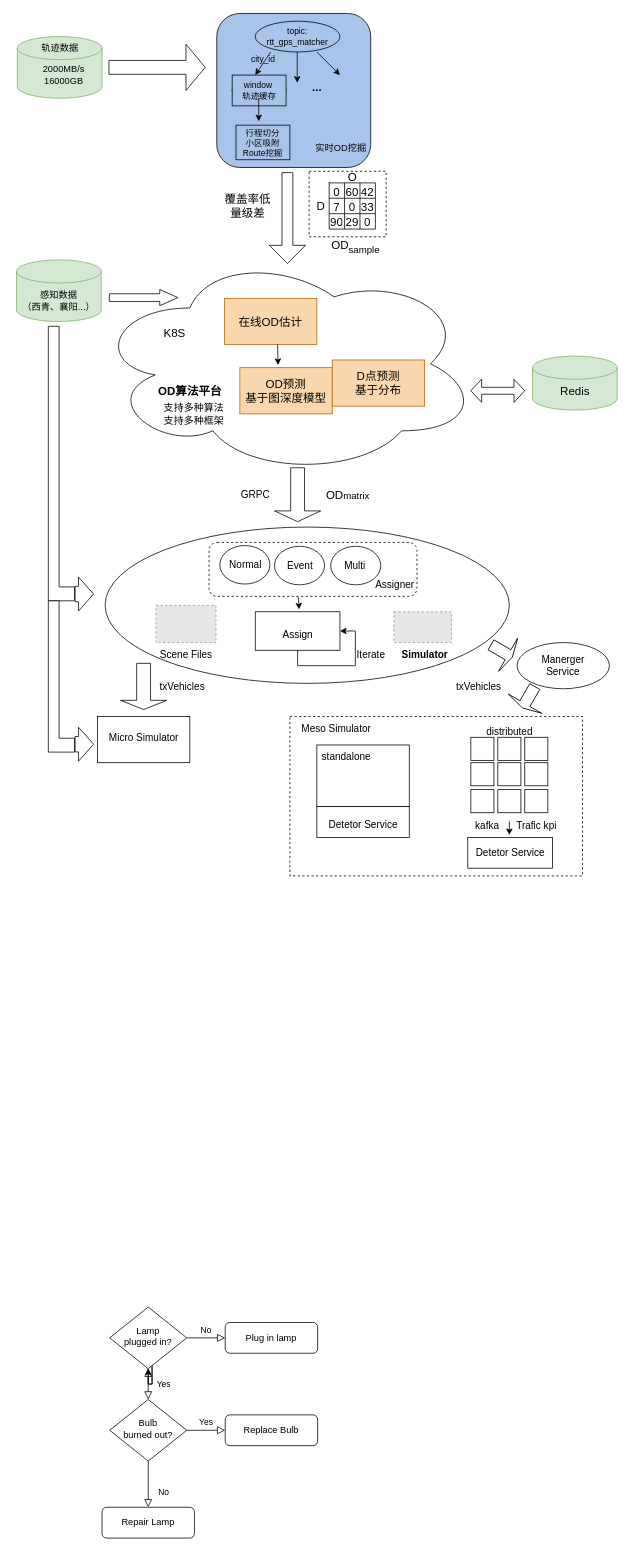
Above: 未命名绘图.drawio in Launche/traffic-simulation (draw.io), before the change. Source tidied: cells renumbered, new cells numbered last; positions are measured from the earlier drawing's top-left corner, leaving out a move shared by most shapes. Both pictures are drawn from the tidied source at 77%, with x=0, y=0 at pixel (-76, 13). Pictures stored in the file or linked from it are replaced by grey dashed boxes.
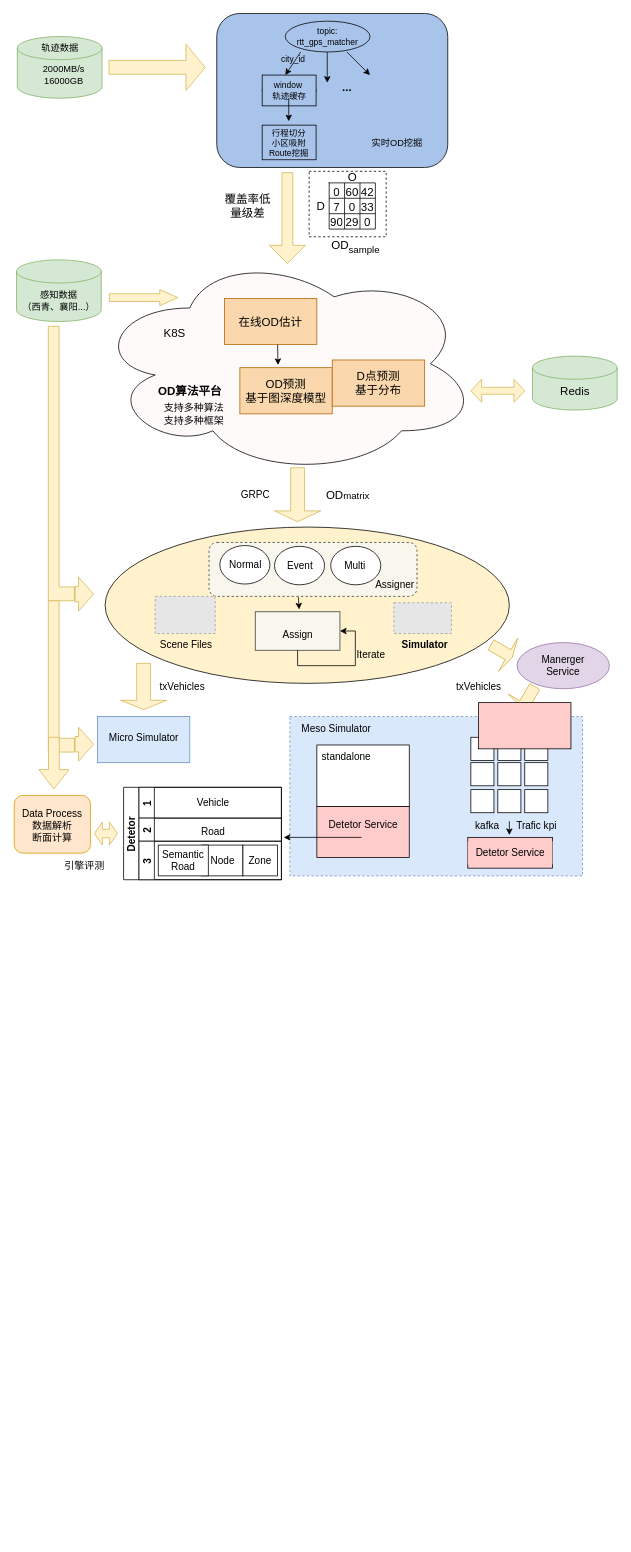
After the change.

Commit message:
更新未命名绘图.drawio

Diff of the diagram source:
```diff
@@
-    <mxCell id="2" style="ellipse;whiteSpace=wrap;html=1;fontSize=13;strokeColor=default;fillColor=#FFFFFF;" parent="1" vertex="1">
+    <mxCell id="2" style="ellipse;whiteSpace=wrap;html=1;fontSize=13;strokeColor=default;fillColor=#FFF2CC;" parent="1" vertex="1">
       <mxGeometry x="235" y="667" width="525" height="203" as="geometry" />
     </mxCell>
-    <mxCell id="3" style="rounded=1;whiteSpace=wrap;html=1;fontSize=13;strokeColor=default;fillColor=#FFFFFF;dashed=1;" parent="1" vertex="1">
+    <mxCell id="3" style="rounded=1;whiteSpace=wrap;html=1;fontSize=13;strokeColor=#36393d;fillColor=#f9f7ed;dashed=1;" parent="1" vertex="1">
       <mxGeometry x="370" y="687" width="270" height="70" as="geometry" />
     </mxCell>
@@
-    <mxCell id="5" style="rounded=0;html=1;jettySize=auto;fontSize=11;endArrow=block;endFill=0;endSize=8;strokeWidth=1;shadow=0;labelBackgroundColor=none;edgeStyle=orthogonalEdgeStyle;" parent="1" edge="1" target="9">
-      <mxGeometry relative="1" as="geometry">
-        <mxPoint x="316" y="1730" as="sourcePoint" />
-      </mxGeometry>
-    </mxCell>
-    <mxCell id="6" style="edgeStyle=orthogonalEdgeStyle;rounded=0;jettySize=auto;html=1;" parent="1" edge="1" target="9">
-      <mxGeometry relative="1" as="geometry">
-        <mxPoint x="316" y="1730" as="sourcePoint" />
-      </mxGeometry>
-    </mxCell>
-    <mxCell id="7" value="Yes" style="rounded=0;html=1;jettySize=auto;fontSize=11;endArrow=block;endFill=0;endSize=8;strokeWidth=1;shadow=0;labelBackgroundColor=none;edgeStyle=orthogonalEdgeStyle;" parent="1" edge="1" source="9" target="13">
-      <mxGeometry y="20" relative="1" as="geometry" />
-    </mxCell>
-    <mxCell id="8" value="No" style="edgeStyle=orthogonalEdgeStyle;rounded=0;html=1;jettySize=auto;fontSize=11;endArrow=block;endFill=0;endSize=8;strokeWidth=1;shadow=0;labelBackgroundColor=none;" parent="1" edge="1" source="9" target="10">
-      <mxGeometry y="10" relative="1" as="geometry" />
-    </mxCell>
-    <mxCell id="9" value="Lamp&lt;br&gt;plugged in?" style="rhombus;whiteSpace=wrap;html=1;shadow=0;fontFamily=Helvetica;fontSize=12;align=center;strokeWidth=1;spacing=6;spacingTop=-4;" parent="1" vertex="1">
-      <mxGeometry x="241" y="1680" width="100" height="80" as="geometry" />
-    </mxCell>
-    <mxCell id="10" value="Plug in lamp" style="rounded=1;whiteSpace=wrap;html=1;fontSize=12;glass=0;strokeWidth=1;shadow=0;" parent="1" vertex="1">
-      <mxGeometry x="391" y="1700" width="120" height="40" as="geometry" />
-    </mxCell>
-    <mxCell id="11" value="No" style="rounded=0;html=1;jettySize=auto;fontSize=11;endArrow=block;endFill=0;endSize=8;strokeWidth=1;shadow=0;labelBackgroundColor=none;edgeStyle=orthogonalEdgeStyle;" parent="1" edge="1" source="13" target="14">
-      <mxGeometry x="0.33" y="20" relative="1" as="geometry" />
-    </mxCell>
-    <mxCell id="12" value="Yes" style="edgeStyle=orthogonalEdgeStyle;rounded=0;html=1;jettySize=auto;fontSize=11;endArrow=block;endFill=0;endSize=8;strokeWidth=1;shadow=0;labelBackgroundColor=none;" parent="1" edge="1" source="13" target="15">
-      <mxGeometry y="10" relative="1" as="geometry" />
-    </mxCell>
-    <mxCell id="13" value="Bulb&lt;br&gt;burned out?" style="rhombus;whiteSpace=wrap;html=1;shadow=0;fontFamily=Helvetica;fontSize=12;align=center;strokeWidth=1;spacing=6;spacingTop=-4;" parent="1" vertex="1">
-      <mxGeometry x="241" y="1800" width="100" height="80" as="geometry" />
-    </mxCell>
-    <mxCell id="14" value="Repair Lamp" style="rounded=1;whiteSpace=wrap;html=1;fontSize=12;glass=0;strokeWidth=1;shadow=0;" parent="1" vertex="1">
-      <mxGeometry x="231" y="1940" width="120" height="40" as="geometry" />
-    </mxCell>
-    <mxCell id="15" value="Replace Bulb" style="rounded=1;whiteSpace=wrap;html=1;fontSize=12;glass=0;strokeWidth=1;shadow=0;" parent="1" vertex="1">
-      <mxGeometry x="391" y="1820" width="120" height="40" as="geometry" />
-    </mxCell>
-    <mxCell id="16" style="ellipse;shape=cloud;whiteSpace=wrap;html=1;" parent="1" vertex="1">
+    <mxCell id="16" style="ellipse;shape=cloud;whiteSpace=wrap;html=1;fillColor=#FFFAFA;" parent="1" vertex="1">
       <mxGeometry x="220" y="310" width="500" height="290" as="geometry" />
     </mxCell>
@@
     <mxCell id="20" style="rounded=1;whiteSpace=wrap;html=1;fillColor=#A9C4EB;" parent="1" vertex="1">
-      <mxGeometry x="380" width="200" height="200" as="geometry" />
+      <mxGeometry x="380" width="300" height="200" as="geometry" />
     </mxCell>
     <mxCell id="21" value="实时OD挖掘" style="text;html=1;align=center;verticalAlign=middle;strokeColor=none;fillColor=none;" parent="1" vertex="1">
-      <mxGeometry x="496" y="160" width="90" height="30" as="geometry" />
+      <mxGeometry x="569" y="152.5" width="90" height="30" as="geometry" />
     </mxCell>
     <mxCell id="22" value="&lt;font style=&quot;font-size: 11px;&quot;&gt;topic: rtt_gps_matcher&lt;/font&gt;" style="ellipse;whiteSpace=wrap;html=1;fillColor=#A9C4EB;" parent="1" vertex="1">
-      <mxGeometry x="430" y="10" width="110" height="40" as="geometry" />
+      <mxGeometry x="469" y="10" width="110" height="40" as="geometry" />
     </mxCell>
     <mxCell id="23" style="endArrow=classic;html=1;rounded=0;fontSize=11;" parent="1" edge="1">
       <mxGeometry relative="1" as="geometry">
-        <mxPoint x="450" y="50" as="sourcePoint" />
-        <mxPoint x="430" y="80" as="targetPoint" />
+        <mxPoint x="489" y="50" as="sourcePoint" />
+        <mxPoint x="469" y="80" as="targetPoint" />
       </mxGeometry>
     </mxCell>
     <mxCell id="24" value="city_id" style="text;html=1;align=center;verticalAlign=middle;strokeColor=none;fillColor=none;fontSize=11;" parent="1" vertex="1">
-      <mxGeometry x="410" y="45" width="60" height="30" as="geometry" />
+      <mxGeometry x="449" y="45" width="60" height="30" as="geometry" />
     </mxCell>
     <mxCell id="25" style="endArrow=classic;html=1;rounded=0;fontSize=11;" parent="1" edge="1">
       <mxGeometry relative="1" as="geometry">
-        <mxPoint x="484.5" y="50" as="sourcePoint" />
-        <mxPoint x="484.5" y="90" as="targetPoint" />
+        <mxPoint x="523.5" y="50" as="sourcePoint" />
+        <mxPoint x="523.5" y="90" as="targetPoint" />
       </mxGeometry>
     </mxCell>
     <mxCell id="26" style="endArrow=classic;html=1;rounded=0;fontSize=11;" parent="1" edge="1">
       <mxGeometry relative="1" as="geometry">
-        <mxPoint x="510" y="50" as="sourcePoint" />
-        <mxPoint x="540" y="80" as="targetPoint" />
+        <mxPoint x="549" y="50" as="sourcePoint" />
+        <mxPoint x="579" y="80" as="targetPoint" />
       </mxGeometry>
     </mxCell>
     <mxCell id="27" style="ellipse;whiteSpace=wrap;html=1;fontSize=11;" parent="1" vertex="1">
-      <mxGeometry x="400" y="85" width="70" height="30" as="geometry" />
+      <mxGeometry x="439" y="85" width="70" height="30" as="geometry" />
     </mxCell>
     <mxCell id="28" value="window&amp;nbsp;&lt;br&gt;轨迹缓存" style="text;html=1;align=center;verticalAlign=middle;strokeColor=default;fillColor=#A9C4EB;fontSize=11;" parent="1" vertex="1">
-      <mxGeometry x="400" y="80" width="70" height="40" as="geometry" />
+      <mxGeometry x="439" y="80" width="70" height="40" as="geometry" />
     </mxCell>
     <mxCell id="29" style="endArrow=classic;html=1;rounded=0;fontSize=11;" parent="1" edge="1">
       <mxGeometry relative="1" as="geometry">
-        <mxPoint x="434.5" y="110" as="sourcePoint" />
-        <mxPoint x="434.5" y="140" as="targetPoint" />
+        <mxPoint x="473.5" y="110" as="sourcePoint" />
+        <mxPoint x="473.5" y="140" as="targetPoint" />
       </mxGeometry>
     </mxCell>
     <mxCell id="30" value="行程切分&lt;br&gt;小区吸附&lt;br&gt;Route挖掘" style="whiteSpace=wrap;html=1;fontSize=11;fillColor=#A9C4EB;" parent="1" vertex="1">
-      <mxGeometry x="405" y="145" width="70" height="45" as="geometry" />
+      <mxGeometry x="439" y="145" width="70" height="45" as="geometry" />
     </mxCell>
     <mxCell id="31" value="&lt;b&gt;&lt;font style=&quot;font-size: 15px;&quot;&gt;...&lt;/font&gt;&lt;/b&gt;" style="text;html=1;align=center;verticalAlign=middle;strokeColor=none;fillColor=none;fontSize=11;" parent="1" vertex="1">
-      <mxGeometry x="490" y="80" width="40" height="30" as="geometry" />
+      <mxGeometry x="529" y="80" width="40" height="30" as="geometry" />
     </mxCell>
-    <mxCell id="32" style="shape=singleArrow;whiteSpace=wrap;html=1;rotation=90;" parent="1" vertex="1">
+    <mxCell id="32" style="shape=singleArrow;whiteSpace=wrap;html=1;rotation=90;fillColor=#fff2cc;strokeColor=#d6b656;" parent="1" vertex="1">
       <mxGeometry x="412.8" y="242.2" width="118" height="47" as="geometry" />
     </mxCell>
@@
-    <mxCell id="56" style="shape=doubleArrow;whiteSpace=wrap;html=1;fontSize=14;strokeColor=default;fillColor=#FFFFFF;" parent="1" vertex="1">
+    <mxCell id="56" style="shape=doubleArrow;whiteSpace=wrap;html=1;fontSize=14;strokeColor=#d6b656;fillColor=#fff2cc;" parent="1" vertex="1">
       <mxGeometry x="710" y="475" width="70" height="30" as="geometry" />
     </mxCell>
@@
-    <mxCell id="59" style="shape=singleArrow;whiteSpace=wrap;html=1;fontSize=15;strokeColor=default;fillColor=#FFFFFF;" parent="1" vertex="1">
+    <mxCell id="59" style="shape=singleArrow;whiteSpace=wrap;html=1;fontSize=15;strokeColor=#d6b656;fillColor=#fff2cc;" parent="1" vertex="1">
       <mxGeometry x="240" y="40" width="125" height="60" as="geometry" />
     </mxCell>
-    <mxCell id="60" style="shape=singleArrow;direction=south;whiteSpace=wrap;html=1;fontSize=15;strokeColor=default;fillColor=#FFFFFF;" parent="1" vertex="1">
+    <mxCell id="60" style="shape=singleArrow;direction=south;whiteSpace=wrap;html=1;fontSize=15;strokeColor=#d6b656;fillColor=#fff2cc;" parent="1" vertex="1">
       <mxGeometry x="455" y="590" width="60" height="70" as="geometry" />
     </mxCell>
@@
-    <mxCell id="71" style="whiteSpace=wrap;html=1;fontSize=13;strokeColor=default;fillColor=#FFFFFF;" parent="1" vertex="1">
+    <mxCell id="71" style="whiteSpace=wrap;html=1;fontSize=13;strokeColor=#36393d;fillColor=#f9f7ed;" parent="1" vertex="1">
       <mxGeometry x="430" y="777" width="110" height="50" as="geometry" />
     </mxCell>
-    <mxCell id="72" style="whiteSpace=wrap;html=1;fontSize=13;strokeColor=default;fillColor=#FFFFFF;" parent="1" vertex="1">
+    <mxCell id="72" style="whiteSpace=wrap;html=1;fontSize=13;strokeColor=#6c8ebf;fillColor=#dae8fc;" parent="1" vertex="1">
       <mxGeometry x="225" y="913" width="120" height="60" as="geometry" />
     </mxCell>
@@
     <mxCell id="76" style="fillColor=#E6E6E6;strokeColor=#999999;dashed=1;verticalLabelPosition=bottom;labelBackgroundColor=default;verticalAlign=top;" parent="1" vertex="1">
-      <mxGeometry x="301" y="768.7" width="78" height="48.3" as="geometry" />
+      <mxGeometry x="300" y="757" width="78" height="48.3" as="geometry" />
     </mxCell>
     <mxCell id="77" style="fillColor=#E6E6E6;strokeColor=#999999;dashed=1;verticalLabelPosition=bottom;labelBackgroundColor=default;verticalAlign=top;" parent="1" vertex="1">
-      <mxGeometry x="610" y="777" width="74.8" height="40" as="geometry" />
+      <mxGeometry x="610" y="765.3" width="74.8" height="40" as="geometry" />
     </mxCell>
@@
     <mxCell id="79" value="&lt;b&gt;Simulator&lt;/b&gt;" style="text;html=1;align=center;verticalAlign=middle;strokeColor=none;fillColor=none;fontSize=13;" parent="1" vertex="1">
-      <mxGeometry x="610" y="817" width="80" height="30" as="geometry" />
+      <mxGeometry x="610" y="805.3" width="80" height="30" as="geometry" />
     </mxCell>
     <mxCell id="80" value="Scene Files" style="text;html=1;align=center;verticalAlign=middle;strokeColor=none;fillColor=none;fontSize=13;" parent="1" vertex="1">
-      <mxGeometry x="295" y="817" width="90" height="30" as="geometry" />
+      <mxGeometry x="295" y="805.3" width="90" height="30" as="geometry" />
     </mxCell>
-    <mxCell id="81" style="shape=singleArrow;direction=south;whiteSpace=wrap;html=1;fontSize=13;strokeColor=default;fillColor=#FFFFFF;" parent="1" vertex="1">
+    <mxCell id="81" style="shape=singleArrow;direction=south;whiteSpace=wrap;html=1;fontSize=13;strokeColor=#d6b656;fillColor=#fff2cc;" parent="1" vertex="1">
       <mxGeometry x="255" y="844" width="60" height="60" as="geometry" />
     </mxCell>
@@
-    <mxCell id="84" style="shape=flexArrow;endArrow=classic;html=1;rounded=0;fontSize=13;endWidth=10;endSize=7.5;" parent="1" edge="1">
+    <mxCell id="84" style="shape=flexArrow;endArrow=classic;html=1;rounded=0;fontSize=13;endWidth=10;endSize=7.5;fillColor=#fff2cc;strokeColor=#d6b656;" parent="1" edge="1">
       <mxGeometry relative="1" as="geometry">
         <mxPoint x="240" y="369" as="sourcePoint" />
         <mxPoint x="330" y="369" as="targetPoint" />
       </mxGeometry>
     </mxCell>
-    <mxCell id="85" style="shape=corner;whiteSpace=wrap;html=1;fontSize=13;strokeColor=default;fillColor=#FFFFFF;rotation=-90;dx=18;dy=14;" parent="1" vertex="1">
+    <mxCell id="85" style="shape=corner;whiteSpace=wrap;html=1;fontSize=13;strokeColor=#d6b656;fillColor=#fff2cc;rotation=-90;dx=18;dy=14;" parent="1" vertex="1">
       <mxGeometry y="567.5" width="356.5" height="34" as="geometry" />
     </mxCell>
-    <mxCell id="86" style="shape=singleArrow;whiteSpace=wrap;html=1;fontSize=13;strokeColor=default;fillColor=#FFFFFF;arrowWidth=0.45454545454545453;arrowSize=0.8125;" parent="1" vertex="1">
+    <mxCell id="86" style="shape=singleArrow;whiteSpace=wrap;html=1;fontSize=13;strokeColor=#d6b656;fillColor=#fff2cc;arrowWidth=0.45454545454545453;arrowSize=0.8125;" parent="1" vertex="1">
       <mxGeometry x="196" y="732" width="24" height="44" as="geometry" />
     </mxCell>
-    <mxCell id="87" style="shape=corner;whiteSpace=wrap;html=1;fontSize=13;strokeColor=default;fillColor=#FFFFFF;rotation=-90;dx=18;dy=14;" parent="1" vertex="1">
+    <mxCell id="87" style="shape=corner;whiteSpace=wrap;html=1;fontSize=13;strokeColor=#d6b656;fillColor=#fff2cc;rotation=-90;dx=18;dy=14;" parent="1" vertex="1">
       <mxGeometry x="80" y="844" width="196.5" height="34" as="geometry" />
     </mxCell>
-    <mxCell id="88" style="shape=singleArrow;whiteSpace=wrap;html=1;fontSize=13;strokeColor=default;fillColor=#FFFFFF;arrowWidth=0.45454545454545453;arrowSize=0.8125;" parent="1" vertex="1">
+    <mxCell id="88" style="shape=singleArrow;whiteSpace=wrap;html=1;fontSize=13;strokeColor=#d6b656;fillColor=#fff2cc;arrowWidth=0.45454545454545453;arrowSize=0.8125;" parent="1" vertex="1">
       <mxGeometry x="196" y="927" width="24" height="44" as="geometry" />
     </mxCell>
-    <mxCell id="89" style="whiteSpace=wrap;html=1;fontSize=13;strokeColor=default;fillColor=#FFFFFF;dashed=1;" parent="1" vertex="1">
+    <mxCell id="89" style="whiteSpace=wrap;html=1;fontSize=13;strokeColor=#6c8ebf;fillColor=#dae8fc;dashed=1;" parent="1" vertex="1">
       <mxGeometry x="475" y="913" width="380" height="207" as="geometry" />
     </mxCell>
@@
-    <mxCell id="92" style="rounded=0;whiteSpace=wrap;html=1;fontSize=13;strokeColor=default;fillColor=#FFFFFF;" parent="1" vertex="1">
-      <mxGeometry x="510" y="1030" width="120" height="40" as="geometry" />
+    <mxCell id="92" style="rounded=0;whiteSpace=wrap;html=1;fontSize=13;strokeColor=default;fillColor=#FFCCCC;" parent="1" vertex="1">
+      <mxGeometry x="510" y="1030" width="120" height="66" as="geometry" />
     </mxCell>
@@
-    <mxCell id="107" style="rounded=0;whiteSpace=wrap;html=1;fontSize=13;strokeColor=default;fillColor=#FFFFFF;" parent="1" vertex="1">
+    <mxCell id="107" style="rounded=0;whiteSpace=wrap;html=1;fontSize=13;strokeColor=default;fillColor=#FFCCCC;" parent="1" vertex="1">
       <mxGeometry x="706" y="1070" width="110" height="40" as="geometry" />
     </mxCell>
-    <mxCell id="108" value="Detetor Service" style="text;html=1;align=center;verticalAlign=middle;strokeColor=none;fillColor=none;fontSize=13;" parent="1" vertex="1">
+    <mxCell id="108" value="Detetor Service" style="text;html=1;align=center;verticalAlign=middle;strokeColor=none;fillColor=#FFCCCC;fontSize=13;" parent="1" vertex="1">
       <mxGeometry x="706" y="1075" width="110" height="30" as="geometry" />
     </mxCell>
@@
-    <mxCell id="112" value="Manerger&lt;br&gt;Service" style="ellipse;whiteSpace=wrap;html=1;fontSize=13;strokeColor=default;fillColor=#FFFFFF;" parent="1" vertex="1">
+    <mxCell id="112" value="Manerger&lt;br&gt;Service" style="ellipse;whiteSpace=wrap;html=1;fontSize=13;strokeColor=#9673a6;fillColor=#e1d5e7;" parent="1" vertex="1">
       <mxGeometry x="770" y="817" width="120" height="60" as="geometry" />
     </mxCell>
-    <mxCell id="113" style="shape=singleArrow;direction=north;whiteSpace=wrap;html=1;fontSize=13;strokeColor=default;fillColor=#FFFFFF;rotation=120;" parent="1" vertex="1">
+    <mxCell id="113" style="shape=singleArrow;direction=north;whiteSpace=wrap;html=1;fontSize=13;strokeColor=#d6b656;fillColor=#fff2cc;rotation=120;" parent="1" vertex="1">
       <mxGeometry x="725" y="812" width="50" height="32" as="geometry" />
     </mxCell>
-    <mxCell id="114" style="shape=singleArrow;direction=north;whiteSpace=wrap;html=1;fontSize=13;strokeColor=default;fillColor=#FFFFFF;rotation=-150;" parent="1" vertex="1">
+    <mxCell id="114" style="shape=singleArrow;direction=north;whiteSpace=wrap;html=1;fontSize=13;strokeColor=#d6b656;fillColor=#fff2cc;rotation=-150;" parent="1" vertex="1">
       <mxGeometry x="760" y="872" width="50" height="32" as="geometry" />
     </mxCell>
+    <mxCell id="115" value="Detetor" style="swimlane;horizontal=0;startSize=20;fontSize=13;strokeColor=default;fillColor=#FFFFFF;" parent="1" vertex="1">
+      <mxGeometry x="259" y="1005" width="205" height="120" as="geometry" />
+    </mxCell>
+    <mxCell id="116" value="1" style="swimlane;startSize=20;horizontal=0;fontSize=13;strokeColor=default;fillColor=#FFFFFF;" parent="115" vertex="1">
+      <mxGeometry x="20" width="185" height="40" as="geometry" />
+    </mxCell>
+    <mxCell id="117" value="Vehicle" style="text;html=1;align=center;verticalAlign=middle;strokeColor=none;fillColor=none;fontSize=13;" parent="116" vertex="1">
+      <mxGeometry x="61" y="5" width="70" height="30" as="geometry" />
+    </mxCell>
+    <mxCell id="118" value="2" style="swimlane;startSize=20;horizontal=0;fontSize=13;strokeColor=default;fillColor=#FFFFFF;" parent="115" vertex="1">
+      <mxGeometry x="20" y="40" width="185" height="30" as="geometry" />
+    </mxCell>
+    <mxCell id="119" value="Road" style="text;html=1;align=center;verticalAlign=middle;strokeColor=none;fillColor=none;fontSize=13;" parent="118" vertex="1">
+      <mxGeometry x="71" y="3" width="50" height="30" as="geometry" />
+    </mxCell>
+    <mxCell id="120" value="3" style="swimlane;startSize=20;horizontal=0;fontSize=13;strokeColor=default;fillColor=#FFFFFF;" parent="115" vertex="1">
+      <mxGeometry x="20" y="70" width="185" height="50" as="geometry" />
+    </mxCell>
+    <mxCell id="121" value="Node" style="whiteSpace=wrap;html=1;fontSize=13;strokeColor=default;fillColor=#FFFFFF;" parent="120" vertex="1">
+      <mxGeometry x="81.5" y="5" width="53.5" height="40" as="geometry" />
+    </mxCell>
+    <mxCell id="122" value="Zone" style="whiteSpace=wrap;html=1;fontSize=13;strokeColor=default;fillColor=#FFFFFF;" parent="120" vertex="1">
+      <mxGeometry x="135" y="5" width="45" height="40" as="geometry" />
+    </mxCell>
+    <mxCell id="123" value="Semantic Road" style="whiteSpace=wrap;html=1;fontSize=13;strokeColor=default;fillColor=#FFFFFF;" parent="120" vertex="1">
+      <mxGeometry x="25" y="5" width="65" height="40" as="geometry" />
+    </mxCell>
+    <mxCell id="124" style="endArrow=classic;html=1;rounded=0;fontSize=13;" parent="1" edge="1">
+      <mxGeometry relative="1" as="geometry">
+        <mxPoint x="568" y="1070" as="sourcePoint" />
+        <mxPoint x="467" y="1070" as="targetPoint" />
+      </mxGeometry>
+    </mxCell>
+    <mxCell id="125" style="shape=doubleArrow;whiteSpace=wrap;html=1;fontSize=14;strokeColor=#d6b656;fillColor=#fff2cc;arrowWidth=0.36666666666666664;arrowSize=0.35;" parent="1" vertex="1">
+      <mxGeometry x="221" y="1050" width="30" height="30" as="geometry" />
+    </mxCell>
+    <mxCell id="126" value="引擎评测" style="text;html=1;align=center;verticalAlign=middle;strokeColor=none;fillColor=none;fontSize=13;" parent="1" vertex="1">
+      <mxGeometry x="168" y="1090.5" width="80" height="30" as="geometry" />
+    </mxCell>
+    <mxCell id="127" style="shape=singleArrow;direction=south;whiteSpace=wrap;html=1;fontSize=13;strokeColor=#d6b656;fillColor=#fff2cc;arrowWidth=0.358974358974359;arrowSize=0.373134328358209;" parent="1" vertex="1">
+      <mxGeometry x="149" y="940" width="39" height="67" as="geometry" />
+    </mxCell>
+    <mxCell id="128" style="rounded=0;whiteSpace=wrap;html=1;fontSize=13;strokeColor=default;fillColor=#FFCCCC;" parent="1" vertex="1">
+      <mxGeometry x="720" y="895" width="120" height="60" as="geometry" />
+    </mxCell>
+    <mxCell id="129" style="rounded=1;whiteSpace=wrap;html=1;fontSize=13;strokeColor=#d79b00;fillColor=#ffe6cc;" parent="1" vertex="1">
+      <mxGeometry x="117" y="1015.5" width="99" height="75" as="geometry" />
+    </mxCell>
+    <mxCell id="130" value="Data Process&lt;br&gt;数据解析&lt;br&gt;断面计算" style="text;html=1;align=center;verticalAlign=middle;strokeColor=none;fillColor=none;fontSize=13;" parent="1" vertex="1">
+      <mxGeometry x="116" y="1025" width="100" height="60" as="geometry" />
+    </mxCell>
```
